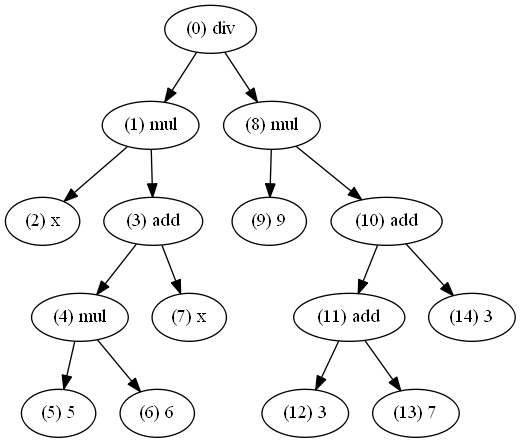
The Graphviz diagram GeneticProgramming/Digraph.gv.png in KobayashiKatsuki/EvolutionalComputation, before a commit. Its source is kept beside it as GeneticProgramming/Digraph.gv.
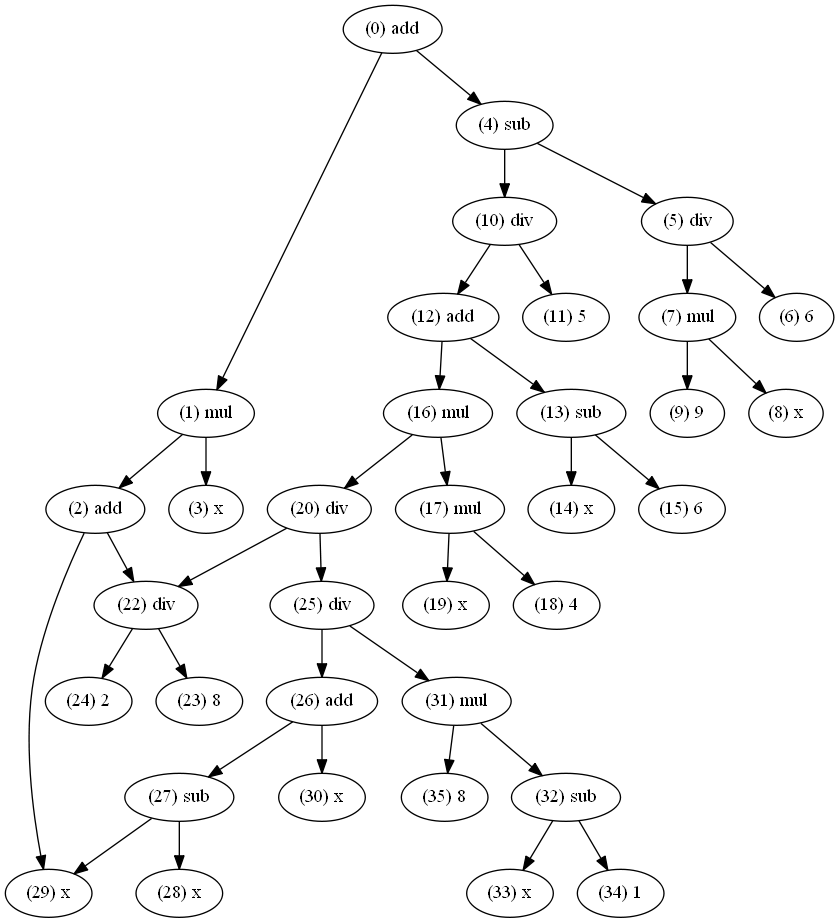
Above is the later version.

The edit, as a diff of the source:
```diff
@@ -1,31 +1,73 @@
 digraph {
-	"(0) div"
-	"(0) div" -> "(1) mul"
-	"(0) div" -> "(8) mul"
+	"(0) add"
+	"(0) add" -> "(1) mul"
+	"(0) add" -> "(4) sub"
 	"(1) mul"
-	"(1) mul" -> "(2) x"
-	"(1) mul" -> "(3) add"
-	"(2) x"
-	"(3) add"
-	"(3) add" -> "(4) mul"
-	"(3) add" -> "(7) x"
-	"(4) mul"
-	"(4) mul" -> "(5) 5"
-	"(4) mul" -> "(6) 6"
-	"(5) 5"
+	"(1) mul" -> "(2) add"
+	"(1) mul" -> "(3) x"
+	"(3) x"
+	"(4) sub"
+	"(4) sub" -> "(5) div"
+	"(4) sub" -> "(10) div"
+	"(5) div"
+	"(5) div" -> "(6) 6"
+	"(5) div" -> "(7) mul"
 	"(6) 6"
-	"(7) x"
-	"(8) mul"
-	"(8) mul" -> "(9) 9"
-	"(8) mul" -> "(10) add"
+	"(7) mul"
+	"(7) mul" -> "(8) x"
+	"(7) mul" -> "(9) 9"
+	"(8) x"
 	"(9) 9"
-	"(10) add"
-	"(10) add" -> "(11) add"
-	"(10) add" -> "(14) 3"
-	"(11) add"
-	"(11) add" -> "(12) 3"
-	"(11) add" -> "(13) 7"
-	"(12) 3"
-	"(13) 7"
-	"(14) 3"
+	"(10) div"
+	"(10) div" -> "(11) 5"
+	"(10) div" -> "(12) add"
+	"(11) 5"
+	"(12) add"
+	"(12) add" -> "(13) sub"
+	"(12) add" -> "(16) mul"
+	"(13) sub"
+	"(13) sub" -> "(14) x"
+	"(13) sub" -> "(15) 6"
+	"(14) x"
+	"(15) 6"
+	"(16) mul"
+	"(16) mul" -> "(17) mul"
+	"(16) mul" -> "(20) div"
+	"(17) mul"
+	"(17) mul" -> "(18) 4"
+	"(17) mul" -> "(19) x"
+	"(18) 4"
+	"(19) x"
+	"(2) add"
+	"(2) add" -> "(22) div"
+	"(2) add" -> "(29) x"
+	"(22) div"
+	"(22) div" -> "(23) 8"
+	"(22) div" -> "(24) 2"
+	"(23) 8"
+	"(24) 2"
+	"(25) div"
+	"(25) div" -> "(26) add"
+	"(25) div" -> "(31) mul"
+	"(26) add"
+	"(26) add" -> "(27) sub"
+	"(26) add" -> "(30) x"
+	"(27) sub"
+	"(27) sub" -> "(28) x"
+	"(27) sub" -> "(29) x"
+	"(28) x"
+	"(29) x"
+	"(30) x"
+	"(31) mul"
+	"(31) mul" -> "(32) sub"
+	"(31) mul" -> "(35) 8"
+	"(20) div"
+	"(20) div" -> "(22) div"
+	"(20) div" -> "(25) div"
+	"(32) sub"
+	"(32) sub" -> "(33) x"
+	"(32) sub" -> "(34) 1"
+	"(33) x"
+	"(34) 1"
+	"(35) 8"
 }
```
